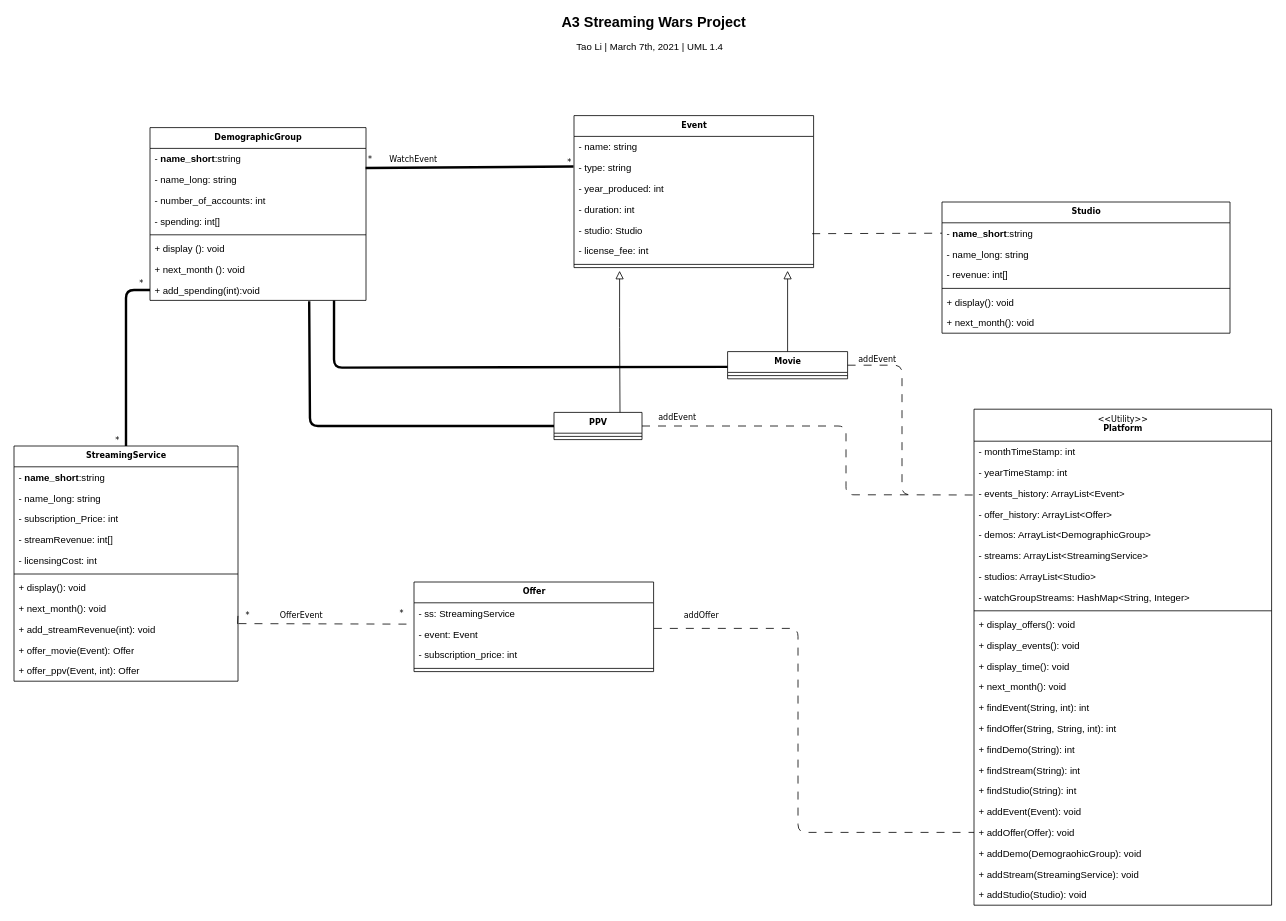
Tao-Li/CS6310 keeps this draw.io diagram as class_diagram_hw3.drawio. Above is the earlier version. Source tidied: cells renumbered, new cells numbered last; positions are measured from the earlier drawing's top-left corner, leaving out a move shared by most shapes. Both pictures are drawn from the tidied source at 80%, with x=0, y=0 at pixel (14, 14).
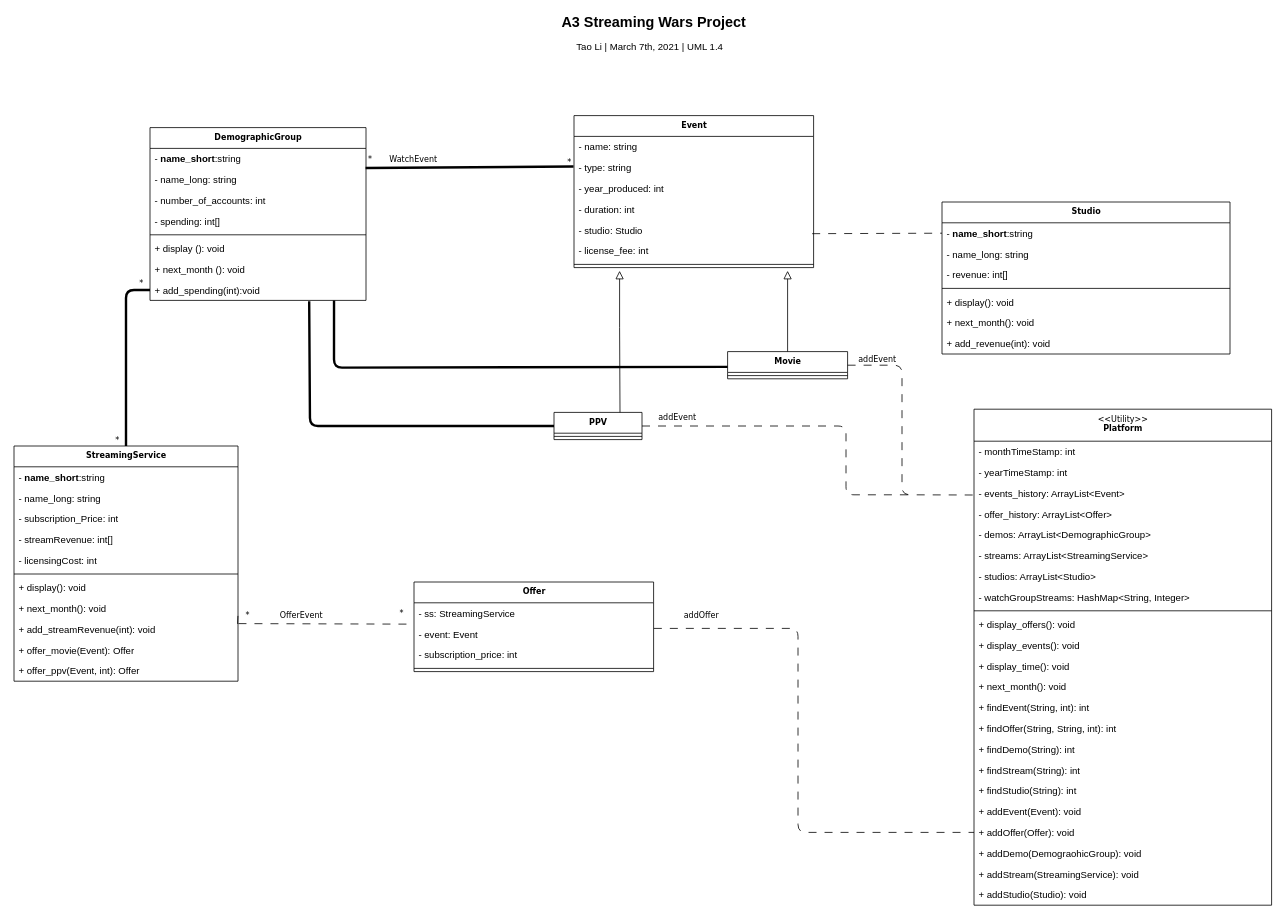
The same page after the edit.

The edit, as a diff of the source:
```diff
@@
     <mxCell id="61" value="Studio" style="swimlane;fontStyle=1;align=center;verticalAlign=top;horizontal=1;startSize=26;rounded=0;shadow=0;comic=0;strokeWidth=1;fillColor=none;fontFamily=Verdana;fontSize=10;html=1;" parent="1" vertex="1">
-      <mxGeometry x="1160" y="234" width="360" height="164" as="geometry" />
+      <mxGeometry x="1160" y="234" width="360" height="190" as="geometry" />
     </mxCell>
@@
+    <mxCell id="101" value="+ add_revenue(int): void" style="text;strokeColor=none;fillColor=none;align=left;verticalAlign=top;spacingLeft=4;spacingRight=4;overflow=hidden;" parent="61" vertex="1">
+      <mxGeometry y="164" width="360" height="26" as="geometry" />
+    </mxCell>
```
